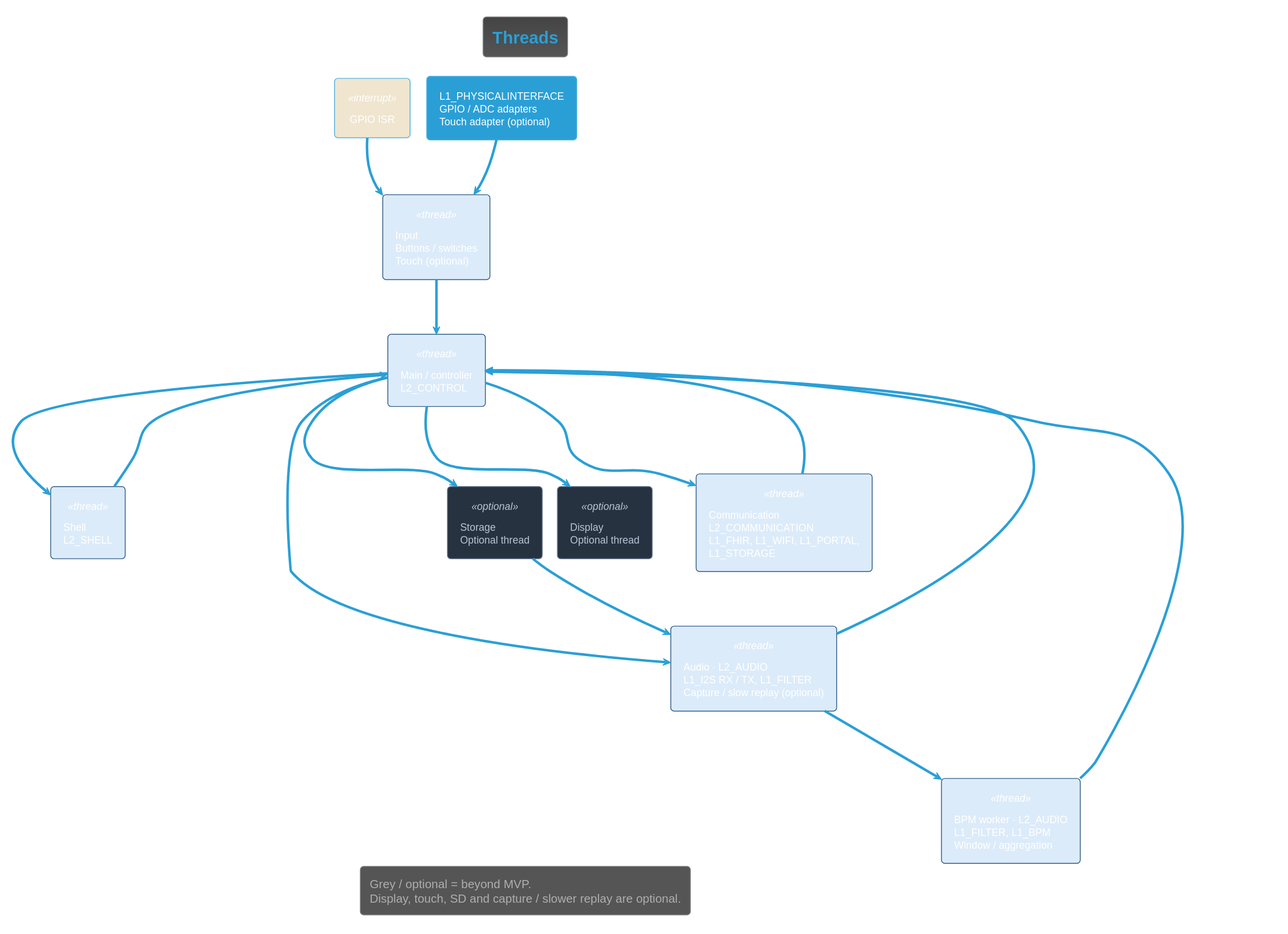
DemonicPsychoII/DigitalStethoscope keeps this PlantUML diagram as Development/system/architecture/system/rendered/runtime_ownership.svg. Above is the earlier version. Its diagram source:
```plantuml
@startuml
!theme cyborg
!pragma layout smetana
skinparam shadowing false
skinparam component {
 BackgroundColor<<optional>> #273241
 BorderColor<<optional>> #61738a
 FontColor<<optional>> #b8c4d4
}
skinparam artifact {
 BackgroundColor<<optional>> #273241
 BorderColor<<optional>> #61738a
 FontColor<<optional>> #b8c4d4
}
skinparam componentStyle rectangle
skinparam defaultFontName SansSerif
title Threads
top to bottom direction
skinparam component {
 BackgroundColor<<thread>> #DCEBFA
 BorderColor<<thread>> #345E87
 BackgroundColor<<interrupt>> #F0E5CF
}
component "GPIO ISR" as irq <<interrupt>>
component "L1_PHYSICALINTERFACE\nGPIO / ADC adapters\nTouch adapter (optional)" as adapters
component "Input\nButtons / switches\nTouch (optional)" as inp <<thread>>
component "Shell\nL2_SHELL" as shell <<thread>>
component "Main / controller\nL2_CONTROL" as ctl <<thread>>
component "Audio · L2_AUDIO\nL1_I2S RX / TX, L1_FILTER\nCapture / slow replay (optional)" as audio <<thread>>
component "BPM worker · L2_AUDIO\nL1_FILTER, L1_BPM\nWindow / aggregation" as bpm <<thread>>
component "Storage\nOptional thread" as storage <<optional>>
component "Display\nOptional thread" as display <<optional>>
component "Communication\nL2_COMMUNICATION\nL1_FHIR, L1_WIFI, L1_PORTAL,\nL1_STORAGE" as net <<thread>>
irq --> inp : wake-up · semaphore
adapters --> inp : input samples · driver reads
inp --> ctl : control events · k_msgq
shell --> ctl : control events · k_msgq
ctl --> shell : state · snapshot copy
ctl --> audio : settings / commands · k_msgq
audio --> bpm : original-rate sample blocks\nbefore filter / gain · handles / k_msgq
bpm --> ctl : BPM result · k_msgq
audio --> ctl : completion / fault · k_msgq
ctl --> storage : file request · k_msgq
storage --> audio : file audio · block handles / k_msgq
ctl --> display : UI state · snapshot copy
ctl --> net : Wi-Fi requested state · spinlock + semaphore\nLater: BPM result + network lease · k_msgq
net --> ctl : confirmed Wi-Fi release · synchronized flag\nLater: send outcome · k_msgq
legend bottom
  Grey / optional = beyond MVP.
  Display, touch, SD and capture / slower replay are optional.
endlegend
@enduml
```
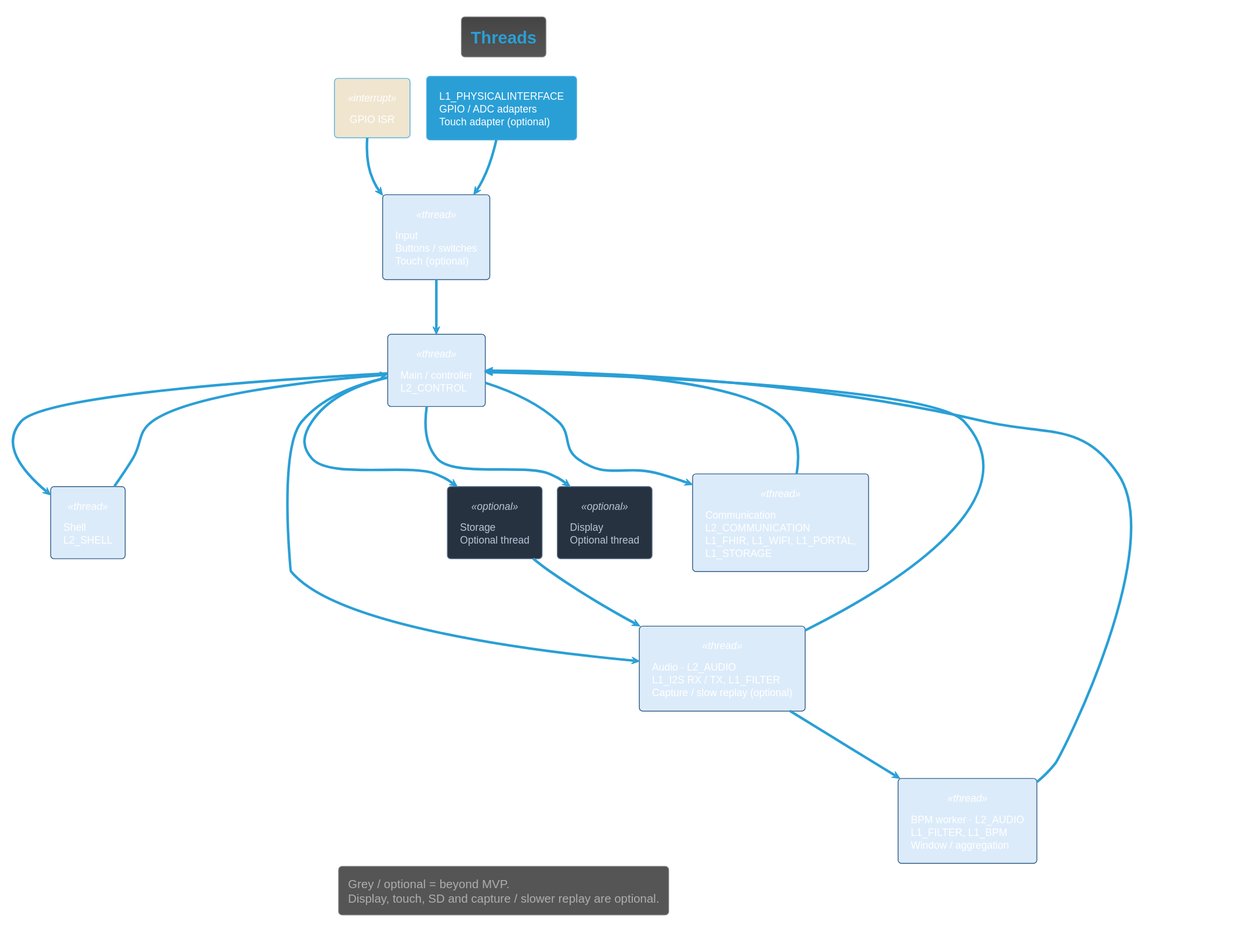
The same diagram one commit later.

What changed in the source:
```diff
@@ -43,8 +43,8 @@
 ctl --> storage : file request · k_msgq
 storage --> audio : file audio · block handles / k_msgq
 ctl --> display : UI state · snapshot copy
-ctl --> net : Wi-Fi requested state · spinlock + semaphore\nLater: BPM result + network lease · k_msgq
-net --> ctl : confirmed Wi-Fi release · synchronized flag\nLater: send outcome · k_msgq
+ctl --> net : Wi-Fi requested state · k_msgq\nLater: BPM result + network lease · k_msgq
+net --> ctl : confirmed Wi-Fi release · k_msgq\nLater: send outcome · k_msgq
 legend bottom
   Grey / optional = beyond MVP.
   Display, touch, SD and capture / slower replay are optional.
```
